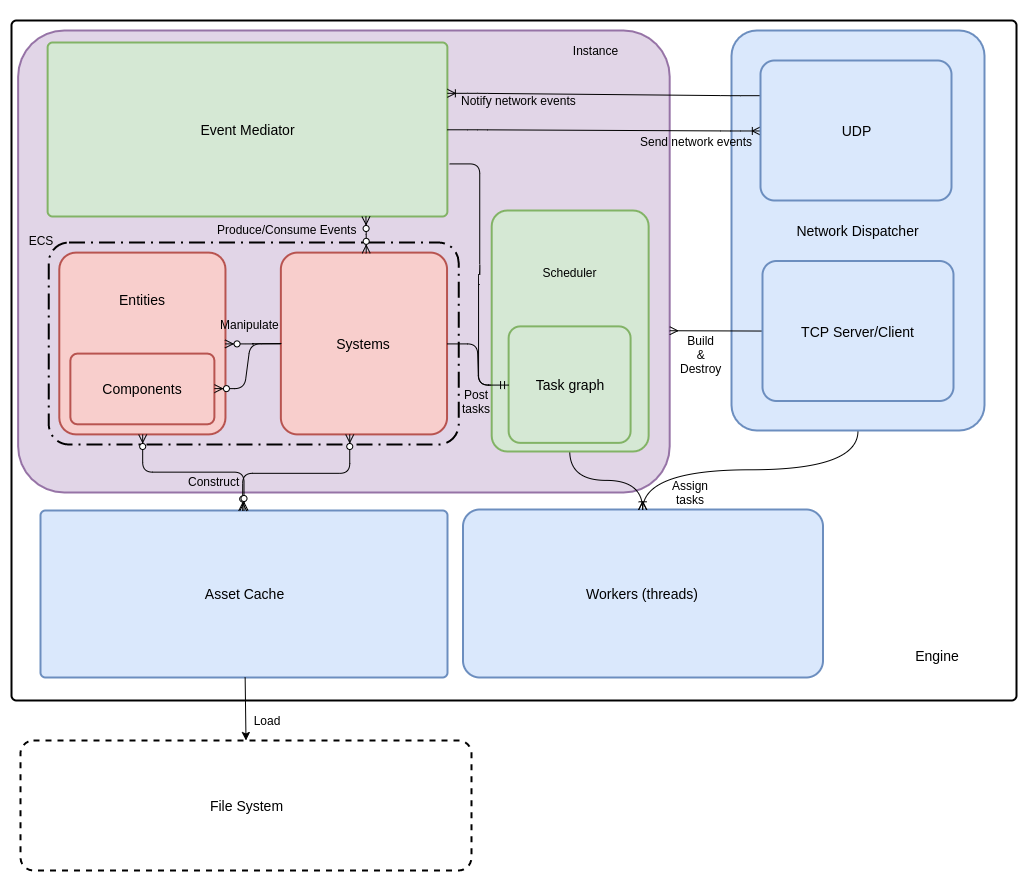
This is Architecture/rtype_engine.design-Engine general.png from Billyblbl/CPP_rtype_2019, a draw.io export, as it was before one commit. Source tidied: cells renumbered, new cells last; positions are measured from the earlier drawing's top-left corner, leaving out a move shared by most shapes.
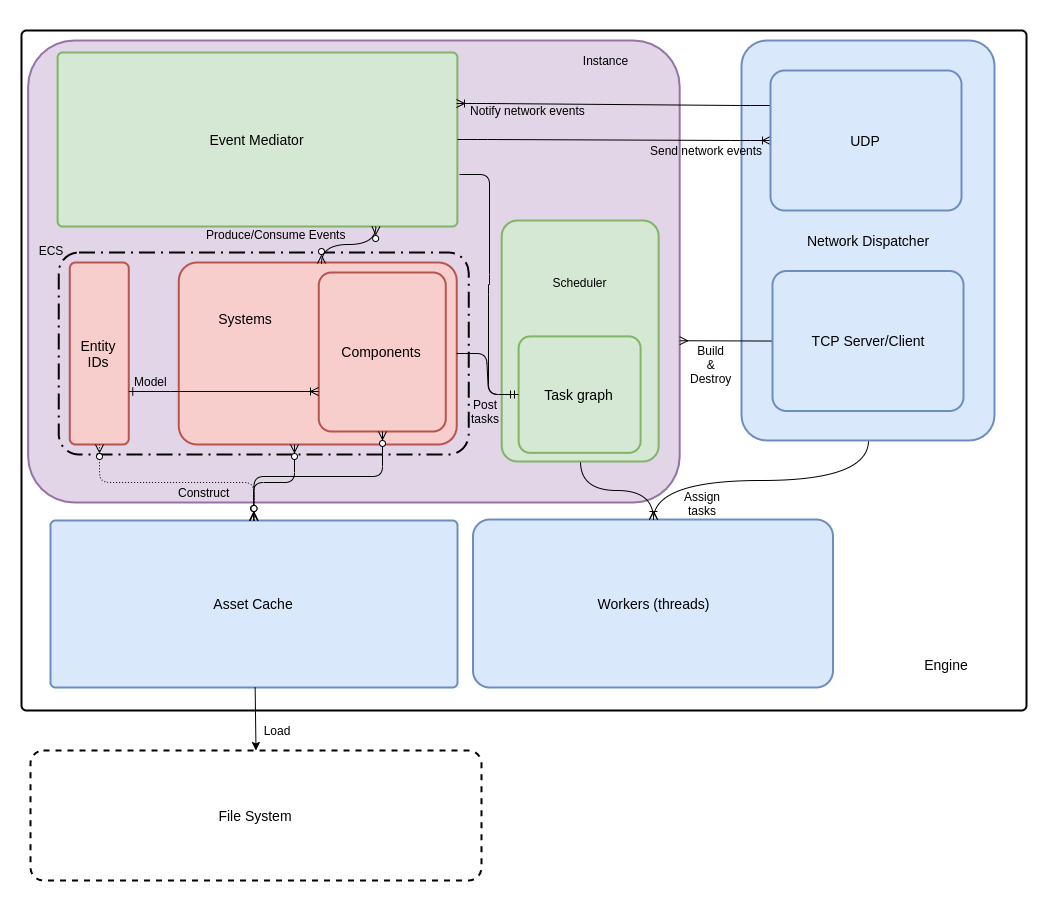
The same file after the commit.

Diff of the diagram source:
```diff
@@ -35,31 +35,31 @@
     <mxCell id="12" style="rounded=1;arcSize=10;dashed=1;dashPattern=8 3 1 3;strokeWidth=2;fillColor=none;" parent="11" vertex="1">
       <mxGeometry width="409.9" height="202" as="geometry" />
     </mxCell>
-    <mxCell id="13" style="strokeWidth=2;rounded=1;arcSize=10;whiteSpace=wrap;html=1;align=center;fontSize=14;shadow=0;glass=0;comic=0;fillColor=#f8cecc;strokeColor=#b85450;" parent="11" vertex="1">
-      <mxGeometry x="10.5" y="10.1" width="166.2" height="181.8" as="geometry" />
+    <mxCell id="13" value="Entity IDs" style="strokeWidth=2;rounded=1;arcSize=10;whiteSpace=wrap;html=1;align=center;fontSize=14;shadow=0;glass=0;comic=0;fillColor=#f8cecc;strokeColor=#b85450;" parent="11" vertex="1">
+      <mxGeometry x="11" y="10" width="59" height="182" as="geometry" />
     </mxCell>
+    <mxCell id="15" style="strokeWidth=2;rounded=1;arcSize=10;whiteSpace=wrap;html=1;align=center;fontSize=14;shadow=0;glass=0;comic=0;fillColor=#f8cecc;strokeColor=#b85450;" parent="11" vertex="1">
+      <mxGeometry x="120" y="10" width="278" height="182" as="geometry" />
+    </mxCell>
     <mxCell id="14" value="Components" style="strokeWidth=2;rounded=1;arcSize=10;whiteSpace=wrap;html=1;align=center;fontSize=14;shadow=0;glass=0;comic=0;fillColor=#f8cecc;strokeColor=#b85450;" parent="11" vertex="1">
-      <mxGeometry x="21.6" y="111.1" width="144" height="70.7" as="geometry" />
+      <mxGeometry x="260" y="20" width="127" height="159" as="geometry" />
     </mxCell>
-    <mxCell id="15" value="Systems" style="strokeWidth=2;rounded=1;arcSize=10;whiteSpace=wrap;html=1;align=center;fontSize=14;shadow=0;glass=0;comic=0;fillColor=#f8cecc;strokeColor=#b85450;" parent="11" vertex="1">
-      <mxGeometry x="232.1" y="10.1" width="166.2" height="181.8" as="geometry" />
-    </mxCell>
-    <mxCell id="16" value="Entities" style="strokeWidth=2;rounded=1;arcSize=10;whiteSpace=wrap;html=1;align=center;fontSize=14;shadow=0;glass=0;comic=0;gradientColor=none;strokeColor=none;fillColor=none;" parent="11" vertex="1">
-      <mxGeometry x="21.6" y="21.2" width="144" height="70.7" as="geometry" />
-    </mxCell>
-    <mxCell id="17" style="edgeStyle=entityRelationEdgeStyle;fontSize=12;html=1;endArrow=none;endFill=0;exitX=1;exitY=0.5;exitDx=0;exitDy=0;startArrow=ERzeroToMany;startFill=1;" parent="11" edge="1" source="13">
-      <mxGeometry relative="1" as="geometry">
-        <mxPoint x="232.6" y="101" as="targetPoint" />
-      </mxGeometry>
-    </mxCell>
-    <mxCell id="18" value="Manipulate" style="text;html=1;align=center;verticalAlign=middle;labelBackgroundColor=none;" parent="17" vertex="1">
-      <mxGeometry x="-0.28" y="1" relative="1" as="geometry">
-        <mxPoint x="0.5" y="-19" as="offset" />
-      </mxGeometry>
-    </mxCell>
-    <mxCell id="19" style="edgeStyle=entityRelationEdgeStyle;fontSize=12;html=1;endArrow=none;endFill=0;exitX=1;exitY=0.5;exitDx=0;exitDy=0;startArrow=ERzeroToMany;startFill=1;entryX=0;entryY=0.5;entryDx=0;entryDy=0;" parent="11" edge="1" source="14" target="15">
-      <mxGeometry relative="1" as="geometry" />
-    </mxCell>
+    <mxCell id="51" value="Systems" style="strokeWidth=2;rounded=1;arcSize=10;whiteSpace=wrap;html=1;align=center;fontSize=14;shadow=0;glass=0;comic=0;gradientColor=none;strokeColor=none;fillColor=none;" parent="11" vertex="1">
+      <mxGeometry x="115.1" y="30.2" width="144" height="70.7" as="geometry" />
+    </mxCell>
+    <mxCell id="52" style="edgeStyle=orthogonalEdgeStyle;rounded=0;jettySize=auto;html=1;entryX=0;entryY=0.75;entryDx=0;entryDy=0;endArrow=ERoneToMany;endFill=0;startArrow=ERone;startFill=0;" parent="11" edge="1" source="13" target="14">
+      <mxGeometry relative="1" as="geometry">
+        <Array as="points">
+          <mxPoint x="112" y="139" />
+          <mxPoint x="112" y="139" />
+        </Array>
+      </mxGeometry>
+    </mxCell>
+    <mxCell id="53" value="Model" style="text;html=1;align=center;verticalAlign=middle;labelBackgroundColor=none;" parent="52" vertex="1">
+      <mxGeometry x="-0.56" y="23" relative="1" as="geometry">
+        <mxPoint x="-20.5" y="12" as="offset" />
+      </mxGeometry>
+    </mxCell>
     <mxCell id="20" style="edgeStyle=orthogonalEdgeStyle;fontSize=12;html=1;endArrow=ERzeroToMany;endFill=1;startArrow=ERzeroToMany;entryX=0.512;entryY=0.004;entryDx=0;entryDy=0;entryPerimeter=0;strokeColor=#000000;curved=1;" parent="5" edge="1" target="15">
       <mxGeometry relative="1" as="geometry">
         <mxPoint x="354.4" y="196" as="sourcePoint" />
@@ -73,7 +73,7 @@
     <mxCell id="22" style="edgeStyle=elbowEdgeStyle;fontSize=12;html=1;endArrow=ERzeroToMany;endFill=1;startArrow=ERzeroToMany;strokeColor=#000000;entryX=0.415;entryY=0.998;entryDx=0;entryDy=0;entryPerimeter=0;elbow=vertical;exitX=0.498;exitY=0.001;exitDx=0;exitDy=0;exitPerimeter=0;comic=0;shadow=0;" parent="5" edge="1" source="9" target="15">
       <mxGeometry relative="1" as="geometry" />
     </mxCell>
-    <mxCell id="23" style="edgeStyle=elbowEdgeStyle;fontSize=12;html=1;endArrow=ERzeroToMany;endFill=1;startArrow=ERzeroToMany;strokeColor=#000000;entryX=0.5;entryY=1;entryDx=0;entryDy=0;elbow=vertical;" parent="5" edge="1" source="9" target="13">
+    <mxCell id="23" style="edgeStyle=elbowEdgeStyle;fontSize=12;html=1;endArrow=ERzeroToMany;endFill=1;startArrow=ERzeroToMany;strokeColor=#000000;entryX=0.5;entryY=1;entryDx=0;entryDy=0;elbow=vertical;dashed=1;dashPattern=1 2;" parent="5" edge="1" source="9" target="13">
       <mxGeometry relative="1" as="geometry" />
     </mxCell>
     <mxCell id="24" value="Construct" style="text;html=1;align=center;verticalAlign=middle;labelBackgroundColor=none;" parent="23" vertex="1">
@@ -160,6 +160,9 @@
     <mxCell id="46" value="TCP Server/Client" style="strokeWidth=2;rounded=1;arcSize=10;whiteSpace=wrap;html=1;align=center;fontSize=14;fillColor=#dae8fc;strokeColor=#6c8ebf;" parent="5" vertex="1">
       <mxGeometry x="751" y="240.5" width="191" height="140" as="geometry" />
     </mxCell>
+    <mxCell id="54" style="edgeStyle=elbowEdgeStyle;fontSize=12;html=1;endArrow=ERzeroToMany;endFill=1;startArrow=ERzeroToMany;strokeColor=#000000;entryX=0.5;entryY=1;entryDx=0;entryDy=0;elbow=vertical;comic=0;shadow=0;" parent="5" edge="1" source="9" target="14">
+      <mxGeometry relative="1" as="geometry" />
+    </mxCell>
     <mxCell id="47" value="File System" style="strokeWidth=2;rounded=1;arcSize=10;whiteSpace=wrap;html=1;align=center;fontSize=14;labelBackgroundColor=none;fillColor=none;gradientColor=#ffffff;dashed=1;" parent="1" vertex="1">
       <mxGeometry x="10" y="730" width="451" height="130" as="geometry" />
     </mxCell>
```
